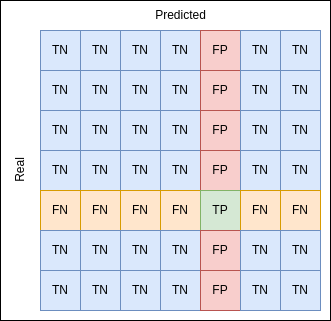
Earlier version of the draw.io export docs/multiclassCM.png (h-ssiqueira/SkinLesionAI). Source tidied: cells renumbered, new cells last; positions are measured from the earlier drawing's top-left corner, leaving out a move shared by most shapes.
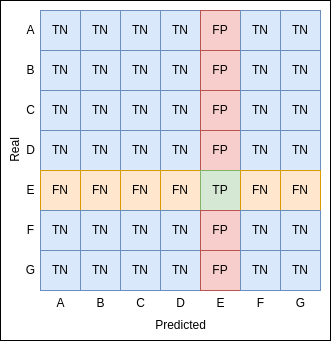
Later version of the same file.

Diff of the diagram source:
```diff
@@ -3,163 +3,205 @@
     <mxCell id="0" />
     <mxCell id="1" parent="0" />
     <mxCell id="2" style="group;" parent="1" vertex="1">
-      <mxGeometry x="5" width="330" height="320" as="geometry" />
+      <mxGeometry x="5" width="330" height="340" as="geometry" />
     </mxCell>
     <mxCell id="3" style="rounded=0;whiteSpace=wrap;html=1;" parent="2" vertex="1">
-      <mxGeometry width="330" height="320" as="geometry" />
+      <mxGeometry width="330" height="340" as="geometry" />
     </mxCell>
     <mxCell id="4" value="Predicted" style="text;html=1;align=center;verticalAlign=middle;strokeColor=none;fillColor=none;" parent="2" vertex="1">
-      <mxGeometry x="145" width="70" height="30" as="geometry" />
+      <mxGeometry x="145" y="310" width="70" height="30" as="geometry" />
     </mxCell>
     <mxCell id="5" value="Real" style="text;html=1;align=center;verticalAlign=middle;strokeColor=none;fillColor=none;rotation=-90;" parent="2" vertex="1">
-      <mxGeometry x="-5" y="155" width="50" height="30" as="geometry" />
+      <mxGeometry x="-10" y="135" width="50" height="30" as="geometry" />
     </mxCell>
     <mxCell id="6" value="TN" style="whiteSpace=wrap;html=1;fillColor=#dae8fc;strokeColor=#6c8ebf;" parent="2" vertex="1">
-      <mxGeometry x="40" y="30" width="40" height="40" as="geometry" />
+      <mxGeometry x="40" y="10" width="40" height="40" as="geometry" />
     </mxCell>
     <mxCell id="7" value="TN" style="whiteSpace=wrap;html=1;fillColor=#dae8fc;strokeColor=#6c8ebf;" parent="2" vertex="1">
-      <mxGeometry x="80" y="30" width="40" height="40" as="geometry" />
+      <mxGeometry x="80" y="10" width="40" height="40" as="geometry" />
     </mxCell>
     <mxCell id="8" value="TN" style="whiteSpace=wrap;html=1;fillColor=#dae8fc;strokeColor=#6c8ebf;" parent="2" vertex="1">
-      <mxGeometry x="120" y="30" width="40" height="40" as="geometry" />
+      <mxGeometry x="120" y="10" width="40" height="40" as="geometry" />
     </mxCell>
     <mxCell id="9" value="TN" style="whiteSpace=wrap;html=1;fillColor=#dae8fc;strokeColor=#6c8ebf;" parent="2" vertex="1">
-      <mxGeometry x="160" y="30" width="40" height="40" as="geometry" />
+      <mxGeometry x="160" y="10" width="40" height="40" as="geometry" />
     </mxCell>
     <mxCell id="10" value="FP" style="whiteSpace=wrap;html=1;fillColor=#f8cecc;strokeColor=#b85450;" parent="2" vertex="1">
-      <mxGeometry x="200" y="30" width="40" height="40" as="geometry" />
+      <mxGeometry x="200" y="10" width="40" height="40" as="geometry" />
     </mxCell>
     <mxCell id="11" value="TN" style="whiteSpace=wrap;html=1;fillColor=#dae8fc;strokeColor=#6c8ebf;" parent="2" vertex="1">
-      <mxGeometry x="240" y="30" width="40" height="40" as="geometry" />
+      <mxGeometry x="240" y="10" width="40" height="40" as="geometry" />
     </mxCell>
     <mxCell id="12" value="TN" style="whiteSpace=wrap;html=1;fillColor=#dae8fc;strokeColor=#6c8ebf;" parent="2" vertex="1">
-      <mxGeometry x="280" y="30" width="40" height="40" as="geometry" />
+      <mxGeometry x="280" y="10" width="40" height="40" as="geometry" />
     </mxCell>
     <mxCell id="13" value="TN" style="whiteSpace=wrap;html=1;fillColor=#dae8fc;strokeColor=#6c8ebf;" parent="2" vertex="1">
-      <mxGeometry x="40" y="70" width="40" height="40" as="geometry" />
+      <mxGeometry x="40" y="50" width="40" height="40" as="geometry" />
     </mxCell>
     <mxCell id="14" value="TN" style="whiteSpace=wrap;html=1;fillColor=#dae8fc;strokeColor=#6c8ebf;" parent="2" vertex="1">
-      <mxGeometry x="80" y="70" width="40" height="40" as="geometry" />
+      <mxGeometry x="80" y="50" width="40" height="40" as="geometry" />
     </mxCell>
     <mxCell id="15" value="TN" style="whiteSpace=wrap;html=1;fillColor=#dae8fc;strokeColor=#6c8ebf;" parent="2" vertex="1">
-      <mxGeometry x="120" y="70" width="40" height="40" as="geometry" />
+      <mxGeometry x="120" y="50" width="40" height="40" as="geometry" />
     </mxCell>
     <mxCell id="16" value="TN" style="whiteSpace=wrap;html=1;fillColor=#dae8fc;strokeColor=#6c8ebf;" parent="2" vertex="1">
-      <mxGeometry x="160" y="70" width="40" height="40" as="geometry" />
+      <mxGeometry x="160" y="50" width="40" height="40" as="geometry" />
     </mxCell>
     <mxCell id="17" value="FP" style="whiteSpace=wrap;html=1;fillColor=#f8cecc;strokeColor=#b85450;" parent="2" vertex="1">
-      <mxGeometry x="200" y="70" width="40" height="40" as="geometry" />
+      <mxGeometry x="200" y="50" width="40" height="40" as="geometry" />
     </mxCell>
     <mxCell id="18" value="TN" style="whiteSpace=wrap;html=1;fillColor=#dae8fc;strokeColor=#6c8ebf;" parent="2" vertex="1">
-      <mxGeometry x="240" y="70" width="40" height="40" as="geometry" />
+      <mxGeometry x="240" y="50" width="40" height="40" as="geometry" />
     </mxCell>
     <mxCell id="19" value="TN" style="whiteSpace=wrap;html=1;fillColor=#dae8fc;strokeColor=#6c8ebf;" parent="2" vertex="1">
-      <mxGeometry x="280" y="70" width="40" height="40" as="geometry" />
+      <mxGeometry x="280" y="50" width="40" height="40" as="geometry" />
     </mxCell>
     <mxCell id="20" value="TN" style="whiteSpace=wrap;html=1;fillColor=#dae8fc;strokeColor=#6c8ebf;" parent="2" vertex="1">
-      <mxGeometry x="40" y="110" width="40" height="40" as="geometry" />
+      <mxGeometry x="40" y="90" width="40" height="40" as="geometry" />
     </mxCell>
     <mxCell id="21" value="TN" style="whiteSpace=wrap;html=1;fillColor=#dae8fc;strokeColor=#6c8ebf;" parent="2" vertex="1">
-      <mxGeometry x="80" y="110" width="40" height="40" as="geometry" />
+      <mxGeometry x="80" y="90" width="40" height="40" as="geometry" />
     </mxCell>
     <mxCell id="22" value="TN" style="whiteSpace=wrap;html=1;fillColor=#dae8fc;strokeColor=#6c8ebf;" parent="2" vertex="1">
-      <mxGeometry x="120" y="110" width="40" height="40" as="geometry" />
+      <mxGeometry x="120" y="90" width="40" height="40" as="geometry" />
     </mxCell>
     <mxCell id="23" value="TN" style="whiteSpace=wrap;html=1;fillColor=#dae8fc;strokeColor=#6c8ebf;" parent="2" vertex="1">
-      <mxGeometry x="160" y="110" width="40" height="40" as="geometry" />
+      <mxGeometry x="160" y="90" width="40" height="40" as="geometry" />
     </mxCell>
     <mxCell id="24" value="FP" style="whiteSpace=wrap;html=1;fillColor=#f8cecc;strokeColor=#b85450;" parent="2" vertex="1">
-      <mxGeometry x="200" y="110" width="40" height="40" as="geometry" />
+      <mxGeometry x="200" y="90" width="40" height="40" as="geometry" />
     </mxCell>
     <mxCell id="25" value="TN" style="whiteSpace=wrap;html=1;fillColor=#dae8fc;strokeColor=#6c8ebf;" parent="2" vertex="1">
-      <mxGeometry x="240" y="110" width="40" height="40" as="geometry" />
+      <mxGeometry x="240" y="90" width="40" height="40" as="geometry" />
     </mxCell>
     <mxCell id="26" value="TN" style="whiteSpace=wrap;html=1;fillColor=#dae8fc;strokeColor=#6c8ebf;" parent="2" vertex="1">
-      <mxGeometry x="280" y="110" width="40" height="40" as="geometry" />
+      <mxGeometry x="280" y="90" width="40" height="40" as="geometry" />
     </mxCell>
     <mxCell id="27" value="TN" style="whiteSpace=wrap;html=1;fillColor=#dae8fc;strokeColor=#6c8ebf;" parent="2" vertex="1">
-      <mxGeometry x="40" y="150" width="40" height="40" as="geometry" />
+      <mxGeometry x="40" y="130" width="40" height="40" as="geometry" />
     </mxCell>
     <mxCell id="28" value="TN" style="whiteSpace=wrap;html=1;fillColor=#dae8fc;strokeColor=#6c8ebf;" parent="2" vertex="1">
-      <mxGeometry x="80" y="150" width="40" height="40" as="geometry" />
+      <mxGeometry x="80" y="130" width="40" height="40" as="geometry" />
     </mxCell>
     <mxCell id="29" value="TN" style="whiteSpace=wrap;html=1;fillColor=#dae8fc;strokeColor=#6c8ebf;" parent="2" vertex="1">
-      <mxGeometry x="120" y="150" width="40" height="40" as="geometry" />
+      <mxGeometry x="120" y="130" width="40" height="40" as="geometry" />
     </mxCell>
     <mxCell id="30" value="TN" style="whiteSpace=wrap;html=1;fillColor=#dae8fc;strokeColor=#6c8ebf;" parent="2" vertex="1">
-      <mxGeometry x="160" y="150" width="40" height="40" as="geometry" />
+      <mxGeometry x="160" y="130" width="40" height="40" as="geometry" />
     </mxCell>
     <mxCell id="31" value="FP" style="whiteSpace=wrap;html=1;fillColor=#f8cecc;strokeColor=#b85450;" parent="2" vertex="1">
-      <mxGeometry x="200" y="150" width="40" height="40" as="geometry" />
+      <mxGeometry x="200" y="130" width="40" height="40" as="geometry" />
     </mxCell>
     <mxCell id="32" value="TN" style="whiteSpace=wrap;html=1;fillColor=#dae8fc;strokeColor=#6c8ebf;" parent="2" vertex="1">
-      <mxGeometry x="240" y="150" width="40" height="40" as="geometry" />
+      <mxGeometry x="240" y="130" width="40" height="40" as="geometry" />
     </mxCell>
     <mxCell id="33" value="TN" style="whiteSpace=wrap;html=1;fillColor=#dae8fc;strokeColor=#6c8ebf;" parent="2" vertex="1">
-      <mxGeometry x="280" y="150" width="40" height="40" as="geometry" />
+      <mxGeometry x="280" y="130" width="40" height="40" as="geometry" />
     </mxCell>
     <mxCell id="34" value="FN" style="whiteSpace=wrap;html=1;fillColor=#ffe6cc;strokeColor=#d79b00;" parent="2" vertex="1">
-      <mxGeometry x="40" y="190" width="40" height="40" as="geometry" />
+      <mxGeometry x="40" y="170" width="40" height="40" as="geometry" />
     </mxCell>
     <mxCell id="35" value="FN" style="whiteSpace=wrap;html=1;fillColor=#ffe6cc;strokeColor=#d79b00;" parent="2" vertex="1">
-      <mxGeometry x="80" y="190" width="40" height="40" as="geometry" />
+      <mxGeometry x="80" y="170" width="40" height="40" as="geometry" />
     </mxCell>
     <mxCell id="36" value="FN" style="whiteSpace=wrap;html=1;fillColor=#ffe6cc;strokeColor=#d79b00;" parent="2" vertex="1">
-      <mxGeometry x="120" y="190" width="40" height="40" as="geometry" />
+      <mxGeometry x="120" y="170" width="40" height="40" as="geometry" />
     </mxCell>
     <mxCell id="37" value="FN" style="whiteSpace=wrap;html=1;fillColor=#ffe6cc;strokeColor=#d79b00;" parent="2" vertex="1">
-      <mxGeometry x="160" y="190" width="40" height="40" as="geometry" />
+      <mxGeometry x="160" y="170" width="40" height="40" as="geometry" />
     </mxCell>
     <mxCell id="38" value="TP" style="whiteSpace=wrap;html=1;fillColor=#d5e8d4;strokeColor=#82b366;" parent="2" vertex="1">
-      <mxGeometry x="200" y="190" width="40" height="40" as="geometry" />
+      <mxGeometry x="200" y="170" width="40" height="40" as="geometry" />
     </mxCell>
     <mxCell id="39" value="FN" style="whiteSpace=wrap;html=1;fillColor=#ffe6cc;strokeColor=#d79b00;" parent="2" vertex="1">
-      <mxGeometry x="240" y="190" width="40" height="40" as="geometry" />
+      <mxGeometry x="240" y="170" width="40" height="40" as="geometry" />
     </mxCell>
     <mxCell id="40" value="FN" style="whiteSpace=wrap;html=1;fillColor=#ffe6cc;strokeColor=#d79b00;" parent="2" vertex="1">
-      <mxGeometry x="280" y="190" width="40" height="40" as="geometry" />
+      <mxGeometry x="280" y="170" width="40" height="40" as="geometry" />
     </mxCell>
     <mxCell id="41" value="TN" style="whiteSpace=wrap;html=1;fillColor=#dae8fc;strokeColor=#6c8ebf;" parent="2" vertex="1">
-      <mxGeometry x="40" y="230" width="40" height="40" as="geometry" />
+      <mxGeometry x="40" y="210" width="40" height="40" as="geometry" />
     </mxCell>
     <mxCell id="42" value="TN" style="whiteSpace=wrap;html=1;fillColor=#dae8fc;strokeColor=#6c8ebf;" parent="2" vertex="1">
-      <mxGeometry x="80" y="230" width="40" height="40" as="geometry" />
+      <mxGeometry x="80" y="210" width="40" height="40" as="geometry" />
     </mxCell>
     <mxCell id="43" value="TN" style="whiteSpace=wrap;html=1;fillColor=#dae8fc;strokeColor=#6c8ebf;" parent="2" vertex="1">
-      <mxGeometry x="120" y="230" width="40" height="40" as="geometry" />
+      <mxGeometry x="120" y="210" width="40" height="40" as="geometry" />
     </mxCell>
     <mxCell id="44" value="TN" style="whiteSpace=wrap;html=1;fillColor=#dae8fc;strokeColor=#6c8ebf;" parent="2" vertex="1">
-      <mxGeometry x="160" y="230" width="40" height="40" as="geometry" />
+      <mxGeometry x="160" y="210" width="40" height="40" as="geometry" />
     </mxCell>
     <mxCell id="45" value="FP" style="whiteSpace=wrap;html=1;fillColor=#f8cecc;strokeColor=#b85450;" parent="2" vertex="1">
-      <mxGeometry x="200" y="230" width="40" height="40" as="geometry" />
+      <mxGeometry x="200" y="210" width="40" height="40" as="geometry" />
     </mxCell>
     <mxCell id="46" value="TN" style="whiteSpace=wrap;html=1;fillColor=#dae8fc;strokeColor=#6c8ebf;" parent="2" vertex="1">
-      <mxGeometry x="240" y="230" width="40" height="40" as="geometry" />
+      <mxGeometry x="240" y="210" width="40" height="40" as="geometry" />
     </mxCell>
     <mxCell id="47" value="TN" style="whiteSpace=wrap;html=1;fillColor=#dae8fc;strokeColor=#6c8ebf;" parent="2" vertex="1">
-      <mxGeometry x="280" y="230" width="40" height="40" as="geometry" />
+      <mxGeometry x="280" y="210" width="40" height="40" as="geometry" />
     </mxCell>
     <mxCell id="48" value="TN" style="whiteSpace=wrap;html=1;fillColor=#dae8fc;strokeColor=#6c8ebf;" parent="2" vertex="1">
-      <mxGeometry x="40" y="270" width="40" height="40" as="geometry" />
+      <mxGeometry x="40" y="250" width="40" height="40" as="geometry" />
     </mxCell>
     <mxCell id="49" value="TN" style="whiteSpace=wrap;html=1;fillColor=#dae8fc;strokeColor=#6c8ebf;" parent="2" vertex="1">
-      <mxGeometry x="80" y="270" width="40" height="40" as="geometry" />
+      <mxGeometry x="80" y="250" width="40" height="40" as="geometry" />
     </mxCell>
     <mxCell id="50" value="TN" style="whiteSpace=wrap;html=1;fillColor=#dae8fc;strokeColor=#6c8ebf;" parent="2" vertex="1">
-      <mxGeometry x="120" y="270" width="40" height="40" as="geometry" />
+      <mxGeometry x="120" y="250" width="40" height="40" as="geometry" />
     </mxCell>
     <mxCell id="51" value="TN" style="whiteSpace=wrap;html=1;fillColor=#dae8fc;strokeColor=#6c8ebf;" parent="2" vertex="1">
-      <mxGeometry x="160" y="270" width="40" height="40" as="geometry" />
+      <mxGeometry x="160" y="250" width="40" height="40" as="geometry" />
     </mxCell>
     <mxCell id="52" value="FP" style="whiteSpace=wrap;html=1;fillColor=#f8cecc;strokeColor=#b85450;" parent="2" vertex="1">
-      <mxGeometry x="200" y="270" width="40" height="40" as="geometry" />
+      <mxGeometry x="200" y="250" width="40" height="40" as="geometry" />
     </mxCell>
     <mxCell id="53" value="TN" style="whiteSpace=wrap;html=1;fillColor=#dae8fc;strokeColor=#6c8ebf;" parent="2" vertex="1">
-      <mxGeometry x="240" y="270" width="40" height="40" as="geometry" />
+      <mxGeometry x="240" y="250" width="40" height="40" as="geometry" />
     </mxCell>
     <mxCell id="54" value="TN" style="whiteSpace=wrap;html=1;fillColor=#dae8fc;strokeColor=#6c8ebf;" parent="2" vertex="1">
-      <mxGeometry x="280" y="270" width="40" height="40" as="geometry" />
+      <mxGeometry x="280" y="250" width="40" height="40" as="geometry" />
     </mxCell>
+    <mxCell id="55" value="A" style="text;html=1;align=center;verticalAlign=middle;strokeColor=none;fillColor=none;" parent="2" vertex="1">
+      <mxGeometry x="45" y="288" width="30" height="30" as="geometry" />
+    </mxCell>
+    <mxCell id="56" value="B" style="text;html=1;align=center;verticalAlign=middle;strokeColor=none;fillColor=none;" parent="2" vertex="1">
+      <mxGeometry x="85" y="288" width="30" height="30" as="geometry" />
+    </mxCell>
+    <mxCell id="57" value="C" style="text;html=1;align=center;verticalAlign=middle;strokeColor=none;fillColor=none;" parent="2" vertex="1">
+      <mxGeometry x="125" y="288" width="30" height="30" as="geometry" />
+    </mxCell>
+    <mxCell id="58" value="D" style="text;html=1;align=center;verticalAlign=middle;strokeColor=none;fillColor=none;" parent="2" vertex="1">
+      <mxGeometry x="165" y="288" width="30" height="30" as="geometry" />
+    </mxCell>
+    <mxCell id="59" value="E" style="text;html=1;align=center;verticalAlign=middle;strokeColor=none;fillColor=none;" parent="2" vertex="1">
+      <mxGeometry x="205" y="288" width="30" height="30" as="geometry" />
+    </mxCell>
+    <mxCell id="60" value="F" style="text;html=1;align=center;verticalAlign=middle;strokeColor=none;fillColor=none;" parent="2" vertex="1">
+      <mxGeometry x="245" y="288" width="30" height="30" as="geometry" />
+    </mxCell>
+    <mxCell id="61" value="G" style="text;html=1;align=center;verticalAlign=middle;strokeColor=none;fillColor=none;" parent="2" vertex="1">
+      <mxGeometry x="285" y="288" width="30" height="30" as="geometry" />
+    </mxCell>
+    <mxCell id="62" value="A" style="text;html=1;align=center;verticalAlign=middle;strokeColor=none;fillColor=none;" parent="2" vertex="1">
+      <mxGeometry x="15" y="15" width="30" height="30" as="geometry" />
+    </mxCell>
+    <mxCell id="63" value="B" style="text;html=1;align=center;verticalAlign=middle;strokeColor=none;fillColor=none;" parent="2" vertex="1">
+      <mxGeometry x="15" y="55" width="30" height="30" as="geometry" />
+    </mxCell>
+    <mxCell id="64" value="C" style="text;html=1;align=center;verticalAlign=middle;strokeColor=none;fillColor=none;" parent="2" vertex="1">
+      <mxGeometry x="15" y="95" width="30" height="30" as="geometry" />
+    </mxCell>
+    <mxCell id="65" value="D" style="text;html=1;align=center;verticalAlign=middle;strokeColor=none;fillColor=none;" parent="2" vertex="1">
+      <mxGeometry x="15" y="135" width="30" height="30" as="geometry" />
+    </mxCell>
+    <mxCell id="66" value="E" style="text;html=1;align=center;verticalAlign=middle;strokeColor=none;fillColor=none;" parent="2" vertex="1">
+      <mxGeometry x="15" y="175" width="30" height="30" as="geometry" />
+    </mxCell>
+    <mxCell id="67" value="F" style="text;html=1;align=center;verticalAlign=middle;strokeColor=none;fillColor=none;" parent="2" vertex="1">
+      <mxGeometry x="15" y="215" width="30" height="30" as="geometry" />
+    </mxCell>
+    <mxCell id="68" value="G" style="text;html=1;align=center;verticalAlign=middle;strokeColor=none;fillColor=none;" parent="2" vertex="1">
+      <mxGeometry x="15" y="255" width="30" height="30" as="geometry" />
+    </mxCell>
   </root>
 </mxGraphModel>
```
